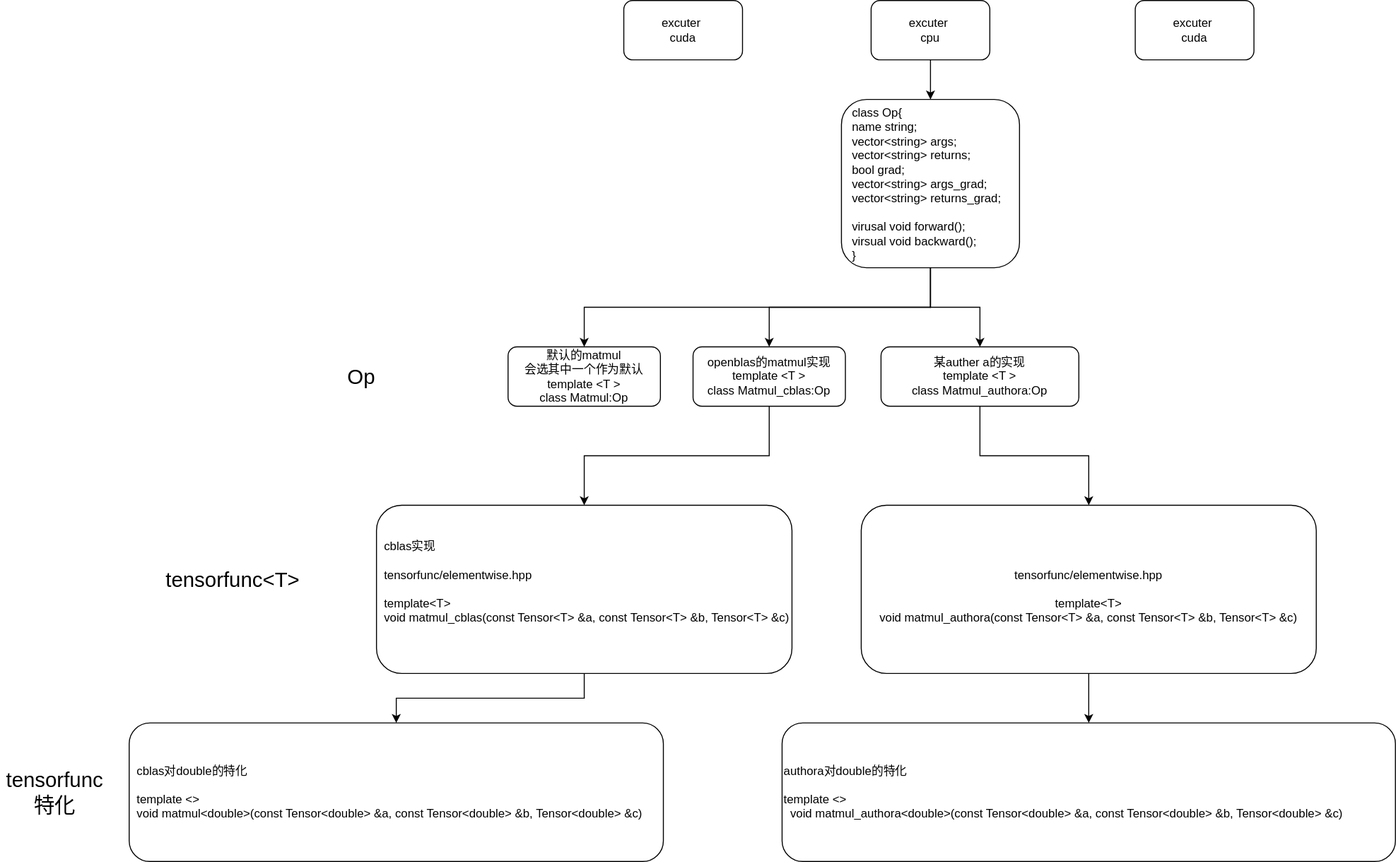
Before: docs/front/deepx.op.drawio.svg, a diagram exported from draw.io (array2d/deepx). Source tidied: cells renumbered, new cells last; positions are measured from the earlier drawing's top-left corner, leaving out a move shared by most shapes.
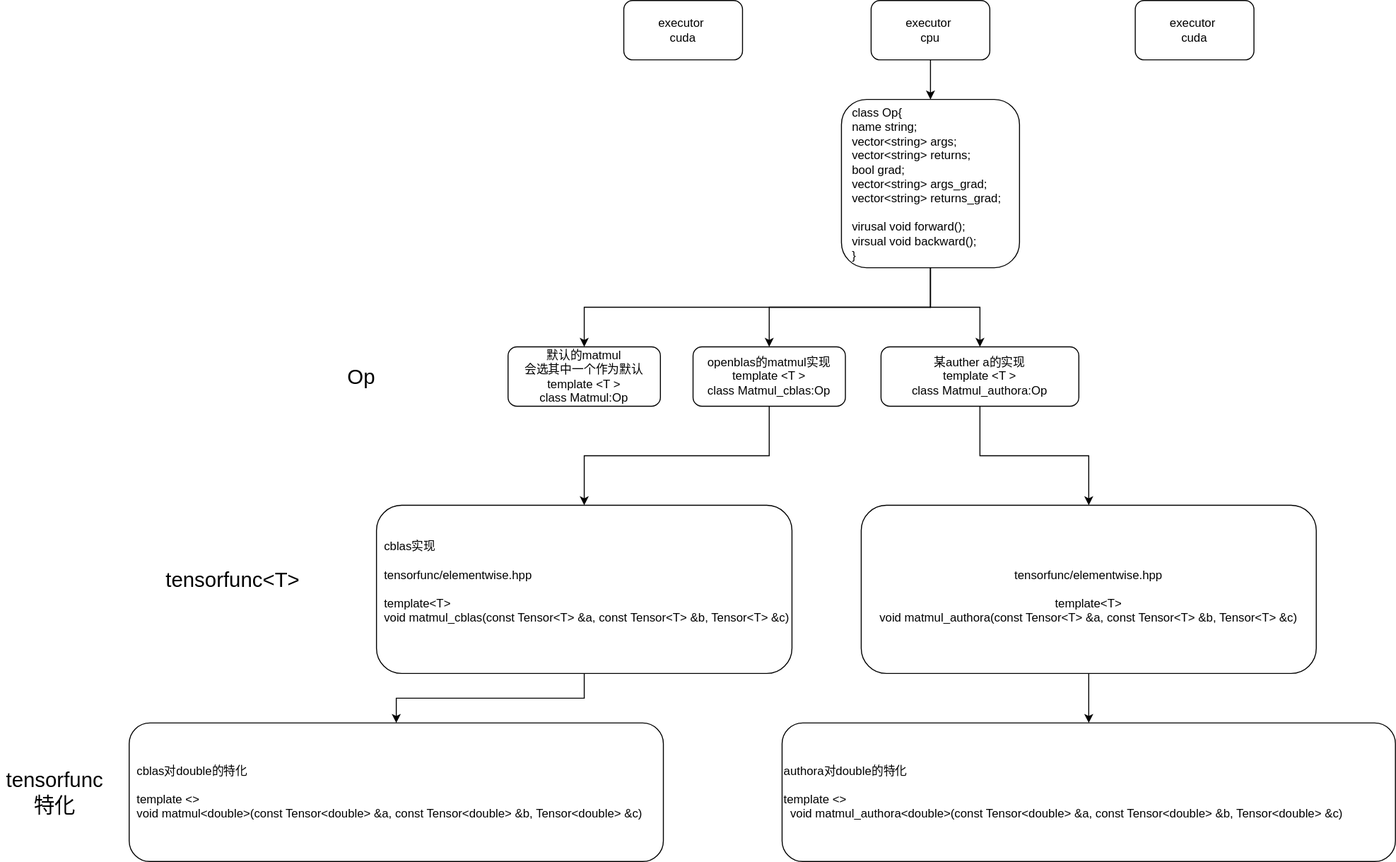
After the change.

Diff of the diagram source:
```diff
@@ -2,16 +2,16 @@
   <root>
     <mxCell id="0" />
     <mxCell id="1" parent="0" />
-    <mxCell id="2" value="excuter&amp;nbsp;&lt;div&gt;cuda&lt;/div&gt;" style="rounded=1;whiteSpace=wrap;html=1;" parent="1" vertex="1">
+    <mxCell id="2" value="executor&amp;nbsp;&lt;div&gt;cuda&lt;/div&gt;" style="rounded=1;whiteSpace=wrap;html=1;" parent="1" vertex="1">
       <mxGeometry x="630" width="120" height="60" as="geometry" />
     </mxCell>
     <mxCell id="3" style="edgeStyle=orthogonalEdgeStyle;rounded=0;jettySize=auto;html=1;" parent="1" edge="1" source="4" target="9">
       <mxGeometry relative="1" as="geometry" />
     </mxCell>
-    <mxCell id="4" value="excuter&amp;nbsp;&lt;div&gt;cpu&lt;/div&gt;" style="rounded=1;whiteSpace=wrap;html=1;" parent="1" vertex="1">
+    <mxCell id="4" value="executor&amp;nbsp;&lt;div&gt;cpu&lt;/div&gt;" style="rounded=1;whiteSpace=wrap;html=1;" parent="1" vertex="1">
       <mxGeometry x="880" width="120" height="60" as="geometry" />
     </mxCell>
-    <mxCell id="5" value="excuter&amp;nbsp;&lt;div&gt;cuda&lt;/div&gt;" style="rounded=1;whiteSpace=wrap;html=1;" parent="1" vertex="1">
+    <mxCell id="5" value="executor&amp;nbsp;&lt;div&gt;cuda&lt;/div&gt;" style="rounded=1;whiteSpace=wrap;html=1;" parent="1" vertex="1">
       <mxGeometry x="1147" width="120" height="60" as="geometry" />
     </mxCell>
     <mxCell id="6" style="edgeStyle=orthogonalEdgeStyle;rounded=0;jettySize=auto;html=1;" parent="1" edge="1" source="9" target="11">
```
